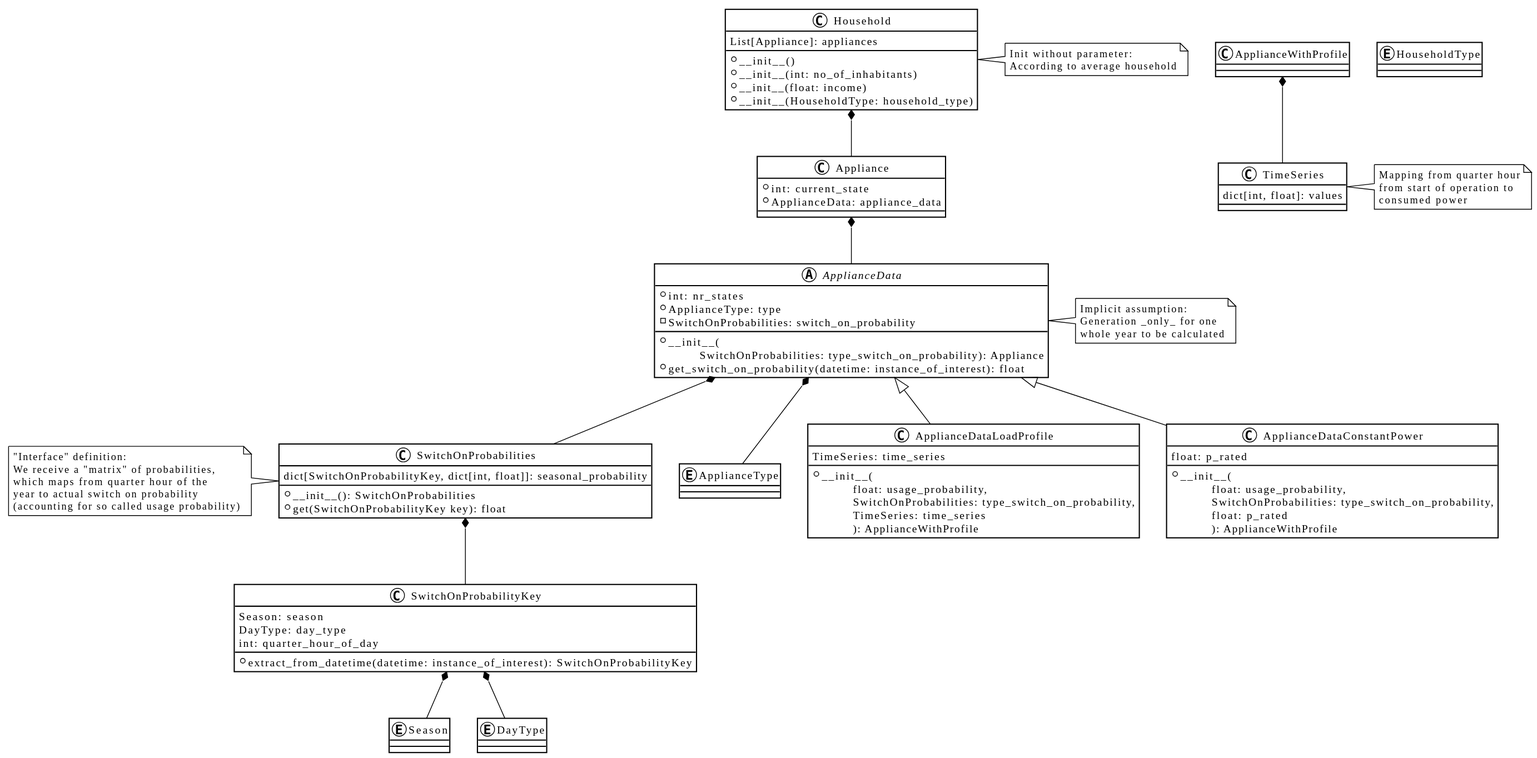
Before: docs/images/uml/data_model.svg, a diagram exported from PlantUML (ie3-institute/MarkovsHousehold).
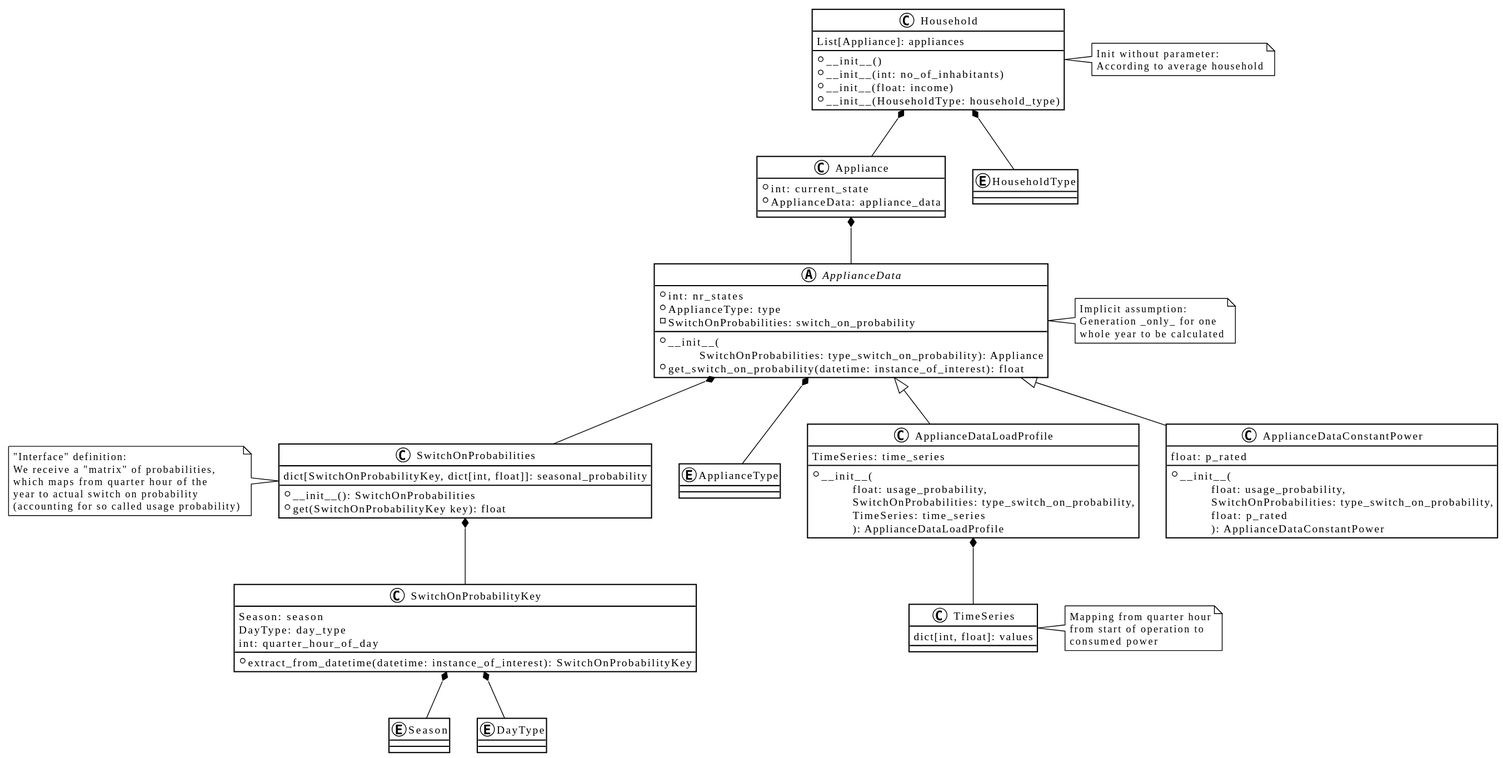
Above is the later version.

Change to the diagram source:
```diff
@@ -42,14 +42,14 @@
 class ApplianceDataLoadProfile extends ApplianceData{
     TimeSeries: time_series
 
-    + __init__(\n\tfloat: usage_probability,\n\tSwitchOnProbabilities: type_switch_on_probability,\n\tTimeSeries: time_series\n\t): ApplianceWithProfile
+    + __init__(\n\tfloat: usage_probability,\n\tSwitchOnProbabilities: type_switch_on_probability,\n\tTimeSeries: time_series\n\t): ApplianceDataLoadProfile
 }
 note right of TimeSeries: Mapping from quarter hour\nfrom start of operation to\nconsumed power
 
 class ApplianceDataConstantPower extends ApplianceData{
     float: p_rated
 
-    + __init__(\n\tfloat: usage_probability,\n\tSwitchOnProbabilities: type_switch_on_probability,\n\tfloat: p_rated\n\t): ApplianceWithProfile
+    + __init__(\n\tfloat: usage_probability,\n\tSwitchOnProbabilities: type_switch_on_probability,\n\tfloat: p_rated\n\t): ApplianceDataConstantPower
 }
 
 class Appliance {
@@ -62,7 +62,7 @@
 class TimeSeries {
     dict[int, float]: values
 }
-ApplianceWithProfile *-- TimeSeries
+ApplianceDataLoadProfile *-- TimeSeries
 
 class Household {
  List[Appliance]: appliances
@@ -76,4 +76,6 @@
 Household *-- Appliance
 
 enum HouseholdType
+
+Household *-- HouseholdType
 @enduml
```
